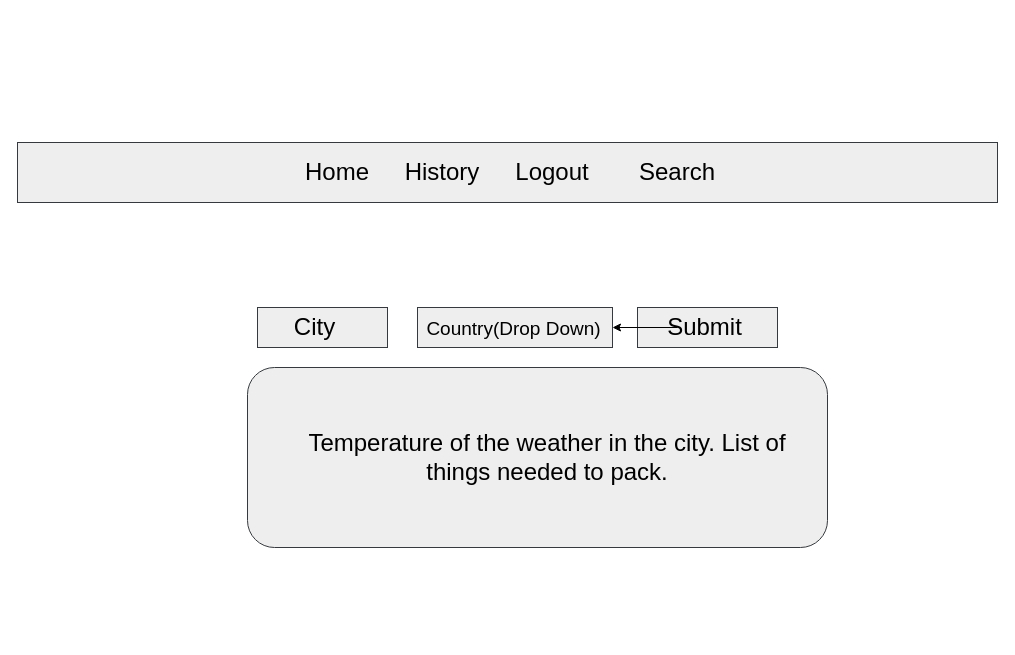
Above: page "Search" (3 of 7) of website.drawio in arnquic/unit2ProjectFrontEnd (draw.io), before the change. Source tidied: cells renumbered, new cells numbered last; positions are measured from the earlier drawing's top-left corner, leaving out a move shared by most shapes. Both pictures are drawn from the tidied source at 100%, with x=0, y=0 at pixel (17, 17).
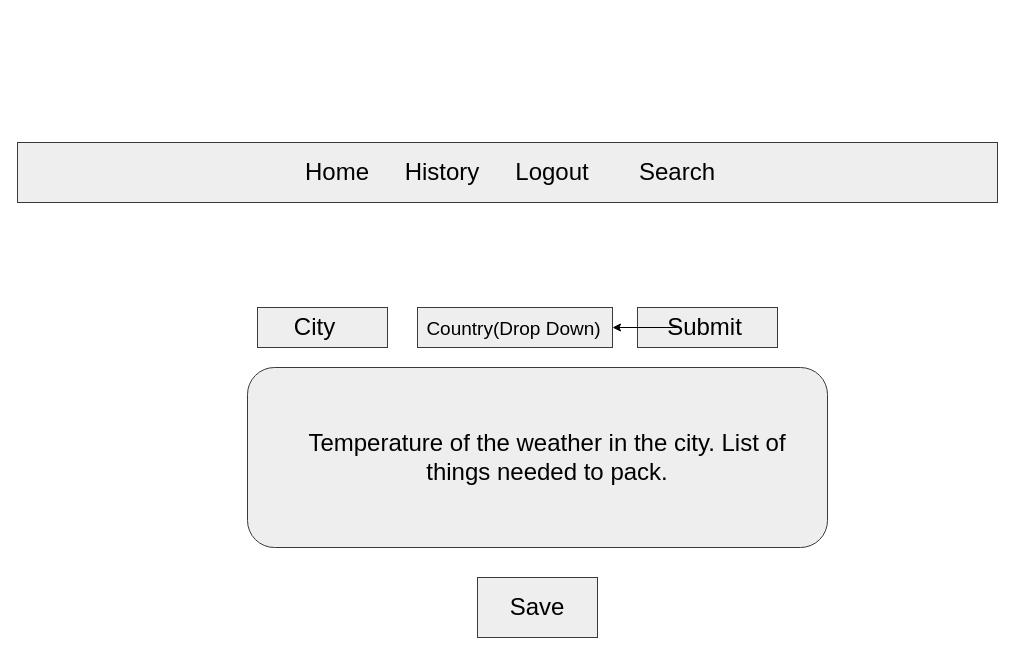
After the change.

Commit message:
arthur-full-wireframe

What changed in the source:
```diff
@@
 <mxGraphModel>
   <root>
     <mxCell id="0" />
     <mxCell id="1" parent="0" />
     <mxCell id="2" style="rounded=0;whiteSpace=wrap;html=1;labelBackgroundColor=none;fontSize=24;fillColor=#eeeeee;strokeColor=#36393d;" parent="1" vertex="1">
       <mxGeometry x="620" y="290" width="140" height="40" as="geometry" />
     </mxCell>
     <mxCell id="3" style="rounded=0;whiteSpace=wrap;html=1;labelBackgroundColor=none;fontSize=24;fillColor=#eeeeee;strokeColor=#36393d;" parent="1" vertex="1">
       <mxGeometry y="125" width="980" height="60" as="geometry" />
     </mxCell>
     <mxCell id="4" value="Home" style="text;html=1;align=center;verticalAlign=middle;whiteSpace=wrap;rounded=0;fontSize=24;fontColor=#000000;" parent="1" vertex="1">
       <mxGeometry x="295" y="145" width="50" height="20" as="geometry" />
     </mxCell>
     <mxCell id="5" value="Logout" style="text;html=1;strokeColor=none;fillColor=none;align=center;verticalAlign=middle;whiteSpace=wrap;rounded=0;fontSize=24;fontColor=#000000;" parent="1" vertex="1">
       <mxGeometry x="485" y="145" width="100" height="20" as="geometry" />
     </mxCell>
     <mxCell id="6" value="History" style="text;html=1;strokeColor=none;fillColor=none;align=center;verticalAlign=middle;whiteSpace=wrap;rounded=0;fontSize=24;fontColor=#000000;" parent="1" vertex="1">
       <mxGeometry x="375" y="145" width="100" height="20" as="geometry" />
     </mxCell>
     <mxCell id="7" value="Search" style="text;html=1;strokeColor=none;fillColor=none;align=center;verticalAlign=middle;whiteSpace=wrap;rounded=0;fontSize=24;fontColor=#000000;" parent="1" vertex="1">
       <mxGeometry x="620" y="145" width="80" height="20" as="geometry" />
     </mxCell>
     <mxCell id="8" value="Travel time" style="text;html=1;strokeColor=none;fillColor=none;align=center;verticalAlign=middle;whiteSpace=wrap;rounded=0;fontSize=24;fontColor=#FFFFFF;" parent="1" vertex="1">
       <mxGeometry x="341.2" width="310" height="110" as="geometry" />
     </mxCell>
     <mxCell id="9" style="rounded=0;whiteSpace=wrap;html=1;labelBackgroundColor=none;fontSize=24;fillColor=#eeeeee;strokeColor=#36393d;" parent="1" vertex="1">
       <mxGeometry x="240" y="290" width="130" height="40" as="geometry" />
     </mxCell>
     <mxCell id="10" value="City" style="text;html=1;strokeColor=none;fillColor=none;align=center;verticalAlign=middle;whiteSpace=wrap;rounded=0;labelBackgroundColor=none;fontSize=24;fontColor=#000000;" parent="1" vertex="1">
       <mxGeometry x="225" y="300" width="145" height="20" as="geometry" />
     </mxCell>
     <mxCell id="11" style="rounded=0;whiteSpace=wrap;html=1;labelBackgroundColor=none;fontSize=24;fillColor=#eeeeee;strokeColor=#36393d;" parent="1" vertex="1">
       <mxGeometry x="400" y="290" width="195" height="40" as="geometry" />
     </mxCell>
     <mxCell id="12" value="&lt;font style=&quot;font-size: 19px&quot;&gt;Country(Drop Down)&lt;/font&gt;" style="text;html=1;strokeColor=none;fillColor=none;align=center;verticalAlign=middle;whiteSpace=wrap;rounded=0;labelBackgroundColor=none;fontSize=24;fontColor=#000000;" parent="1" vertex="1">
       <mxGeometry x="400" y="295" width="192.5" height="30" as="geometry" />
     </mxCell>
     <mxCell id="13" style="rounded=1;whiteSpace=wrap;html=1;labelBackgroundColor=none;fontSize=24;fillColor=#eeeeee;strokeColor=#36393d;" parent="1" vertex="1">
       <mxGeometry x="230" y="350" width="580" height="180" as="geometry" />
     </mxCell>
     <mxCell id="14" value="Temperature of the weather in the city. List of things needed to pack." style="text;html=1;strokeColor=none;fillColor=none;align=center;verticalAlign=middle;whiteSpace=wrap;rounded=0;labelBackgroundColor=none;fontSize=24;fontColor=#000000;" parent="1" vertex="1">
       <mxGeometry x="270" y="370" width="520" height="140" as="geometry" />
     </mxCell>
     <mxCell id="15" style="edgeStyle=orthogonalEdgeStyle;rounded=0;jettySize=auto;html=1;fontSize=24;fontColor=#000000;" parent="1" edge="1" source="16" target="11">
       <mxGeometry relative="1" as="geometry" />
     </mxCell>
     <mxCell id="16" value="Submit" style="text;html=1;strokeColor=none;fillColor=none;align=center;verticalAlign=middle;whiteSpace=wrap;rounded=0;labelBackgroundColor=none;fontSize=24;fontColor=#000000;" parent="1" vertex="1">
       <mxGeometry x="660" y="300" width="55" height="20" as="geometry" />
     </mxCell>
+    <mxCell id="17" style="rounded=0;whiteSpace=wrap;html=1;labelBackgroundColor=none;fontSize=24;fillColor=#eeeeee;strokeColor=#36393d;" parent="1" vertex="1">
+      <mxGeometry x="460" y="560" width="120" height="60" as="geometry" />
+    </mxCell>
+    <mxCell id="18" value="Save" style="text;html=1;strokeColor=none;fillColor=none;align=center;verticalAlign=middle;whiteSpace=wrap;rounded=0;labelBackgroundColor=none;fontSize=24;fontColor=#000000;" parent="1" vertex="1">
+      <mxGeometry x="500" y="580" width="40" height="20" as="geometry" />
+    </mxCell>
   </root>
 </mxGraphModel>
```
